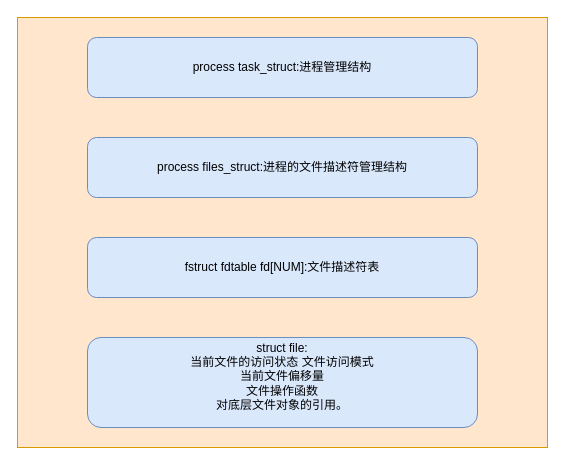
Before: day1/文件描述符.drawio in fishqi/database_kernal_learning, a draw.io diagram. Source tidied: cells renumbered, new cells numbered last; positions are measured from the earlier drawing's top-left corner, leaving out a move shared by most shapes. Both pictures are drawn from the tidied source at 100%, with x=0, y=0 at pixel (17, 17).
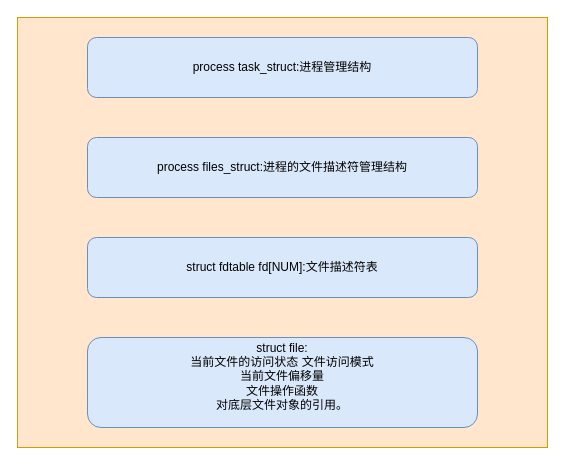
The same diagram, later.

Change to the diagram source:
```diff
@@
 <mxGraphModel>
   <root>
     <mxCell id="0" />
     <mxCell id="1" parent="0" />
     <mxCell id="2" style="rounded=0;whiteSpace=wrap;html=1;fillColor=#ffe6cc;strokeColor=#d79b00;" parent="1" vertex="1">
       <mxGeometry width="530" height="430" as="geometry" />
     </mxCell>
     <mxCell id="3" value="process task_struct:进程管理结构" style="rounded=1;whiteSpace=wrap;html=1;align=center;fillColor=#dae8fc;strokeColor=#6c8ebf;" parent="1" vertex="1">
       <mxGeometry x="70" y="20" width="390" height="60" as="geometry" />
     </mxCell>
     <mxCell id="4" value="process files_struct:进程的文件描述符管理结构" style="rounded=1;whiteSpace=wrap;html=1;align=center;fillColor=#dae8fc;strokeColor=#6c8ebf;" parent="1" vertex="1">
       <mxGeometry x="70" y="120" width="390" height="60" as="geometry" />
     </mxCell>
-    <mxCell id="5" value="fstruct fdtable fd&lt;span style=&quot;background-color: initial;&quot;&gt;[NUM]:文件描述符表&lt;/span&gt;" style="rounded=1;whiteSpace=wrap;html=1;align=center;fillColor=#dae8fc;strokeColor=#6c8ebf;" parent="1" vertex="1">
+    <mxCell id="5" value="struct fdtable fd&lt;span style=&quot;background-color: initial;&quot;&gt;[NUM]:文件描述符表&lt;/span&gt;" style="rounded=1;whiteSpace=wrap;html=1;align=center;fillColor=#dae8fc;strokeColor=#6c8ebf;" parent="1" vertex="1">
       <mxGeometry x="70" y="220" width="390" height="60" as="geometry" />
     </mxCell>
     <mxCell id="6" value="struct file:&lt;br&gt;&lt;span style=&quot;background-color: initial;&quot;&gt;当前文件的访问状态&amp;nbsp;&lt;/span&gt;&lt;span style=&quot;background-color: initial;&quot;&gt;文件访问模式&lt;br&gt;&lt;/span&gt;&lt;span style=&quot;background-color: initial;&quot;&gt;当前文件偏移量&lt;br&gt;&lt;/span&gt;&lt;span style=&quot;background-color: initial;&quot;&gt;文件操作函数&lt;br&gt;&lt;/span&gt;&lt;span style=&quot;background-color: initial;&quot;&gt;对底层文件对象的引用。&lt;/span&gt;&lt;span style=&quot;background-color: initial;&quot;&gt;&lt;br&gt;&lt;/span&gt;&lt;p&gt;&lt;/p&gt;" style="rounded=1;whiteSpace=wrap;html=1;align=center;fillColor=#dae8fc;strokeColor=#6c8ebf;" parent="1" vertex="1">
       <mxGeometry x="70" y="320" width="390" height="90" as="geometry" />
     </mxCell>
   </root>
 </mxGraphModel>
```
